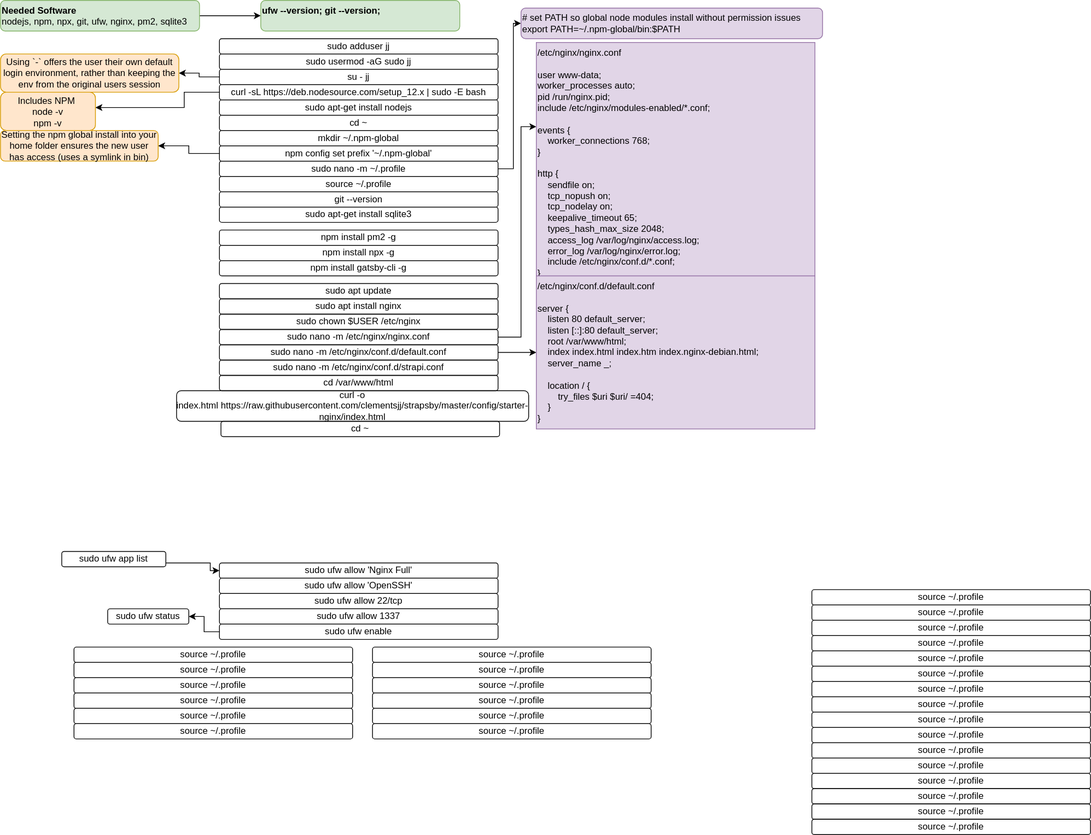
Above: svg/nginx-production.svg in clementsjj/strapsby (draw.io), before the change. Source tidied: cells renumbered, new cells last; positions are measured from the earlier drawing's top-left corner, leaving out a move shared by most shapes.
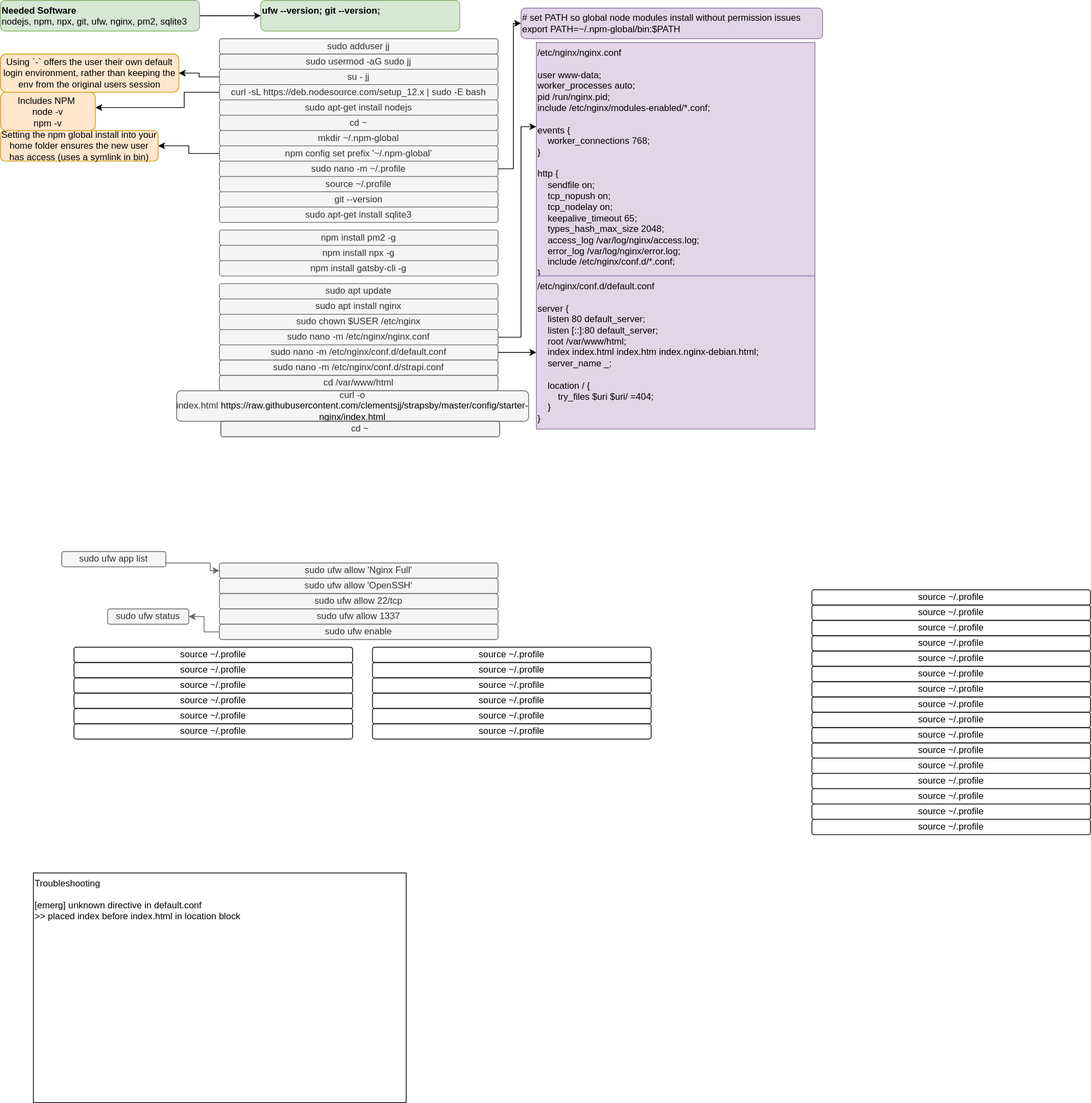
Above is the later version.

Change to the diagram source:
```diff
@@ -4,3 +4,3 @@
     <mxCell id="1" parent="0" />
-    <mxCell id="2" value="sudo adduser jj" style="text;html=1;strokeColor=#000000;fillColor=none;align=center;verticalAlign=middle;whiteSpace=wrap;rounded=1;glass=0;" parent="1" vertex="1">
+    <mxCell id="2" value="sudo adduser jj" style="text;html=1;align=center;verticalAlign=middle;whiteSpace=wrap;rounded=1;glass=0;fillColor=#f5f5f5;strokeColor=#666666;fontColor=#333333;" parent="1" vertex="1">
       <mxGeometry x="286" y="50" width="364" height="20" as="geometry" />
@@ -16,3 +16,3 @@
     </mxCell>
-    <mxCell id="6" value="sudo usermod -aG sudo jj" style="text;html=1;strokeColor=#000000;fillColor=none;align=center;verticalAlign=middle;whiteSpace=wrap;rounded=1;glass=0;" parent="1" vertex="1">
+    <mxCell id="6" value="sudo usermod -aG sudo jj" style="text;html=1;strokeColor=#666666;fillColor=#f5f5f5;align=center;verticalAlign=middle;whiteSpace=wrap;rounded=1;glass=0;fontColor=#333333;" parent="1" vertex="1">
       <mxGeometry x="286" y="70" width="364" height="20" as="geometry" />
@@ -22,3 +22,3 @@
     </mxCell>
-    <mxCell id="8" value="su - jj" style="text;html=1;strokeColor=#000000;fillColor=none;align=center;verticalAlign=middle;whiteSpace=wrap;rounded=1;glass=0;" parent="1" vertex="1">
+    <mxCell id="8" value="su - jj" style="text;html=1;strokeColor=#666666;fillColor=#f5f5f5;align=center;verticalAlign=middle;whiteSpace=wrap;rounded=1;glass=0;fontColor=#333333;" parent="1" vertex="1">
       <mxGeometry x="286" y="90" width="364" height="20" as="geometry" />
@@ -36,3 +36,3 @@
     </mxCell>
-    <mxCell id="11" value="&lt;p style=&quot;box-sizing: border-box ; margin-top: 0px ; margin-bottom: 0px ; overflow-wrap: normal ; padding: 16px ; overflow: auto ; line-height: 120% ; border-radius: 3px ; word-break: normal&quot;&gt;curl -sL https://deb.nodesource.com/setup_12.x &lt;span class=&quot;pl-k&quot; style=&quot;box-sizing: border-box&quot;&gt;|&lt;/span&gt; sudo -E bash&lt;/p&gt;" style="text;html=1;strokeColor=#000000;fillColor=none;align=center;verticalAlign=middle;whiteSpace=wrap;rounded=1;glass=0;fontFamily=Helvetica;spacingTop=2;spacingBottom=2;spacing=0;" parent="1" vertex="1">
+    <mxCell id="11" value="&lt;p style=&quot;box-sizing: border-box ; margin-top: 0px ; margin-bottom: 0px ; overflow-wrap: normal ; padding: 16px ; overflow: auto ; line-height: 120% ; border-radius: 3px ; word-break: normal&quot;&gt;curl -sL https://deb.nodesource.com/setup_12.x &lt;span class=&quot;pl-k&quot; style=&quot;box-sizing: border-box&quot;&gt;|&lt;/span&gt; sudo -E bash&lt;/p&gt;" style="text;html=1;strokeColor=#666666;fillColor=#f5f5f5;align=center;verticalAlign=middle;whiteSpace=wrap;rounded=1;glass=0;fontFamily=Helvetica;spacingTop=2;spacingBottom=2;spacing=0;fontColor=#333333;" parent="1" vertex="1">
       <mxGeometry x="286" y="110" width="364" height="20" as="geometry" />
@@ -42,9 +42,9 @@
     </mxCell>
-    <mxCell id="13" value="sudo apt-get install nodejs" style="text;html=1;strokeColor=#000000;fillColor=none;align=center;verticalAlign=middle;whiteSpace=wrap;rounded=1;glass=0;" parent="1" vertex="1">
+    <mxCell id="13" value="sudo apt-get install nodejs" style="text;html=1;strokeColor=#666666;fillColor=#f5f5f5;align=center;verticalAlign=middle;whiteSpace=wrap;rounded=1;glass=0;fontColor=#333333;" parent="1" vertex="1">
       <mxGeometry x="286" y="130" width="364" height="20" as="geometry" />
     </mxCell>
-    <mxCell id="14" value="cd ~" style="text;html=1;strokeColor=#000000;fillColor=none;align=center;verticalAlign=middle;whiteSpace=wrap;rounded=1;glass=0;" parent="1" vertex="1">
+    <mxCell id="14" value="cd ~" style="text;html=1;strokeColor=#666666;fillColor=#f5f5f5;align=center;verticalAlign=middle;whiteSpace=wrap;rounded=1;glass=0;fontColor=#333333;" parent="1" vertex="1">
       <mxGeometry x="286" y="150" width="364" height="20" as="geometry" />
     </mxCell>
-    <mxCell id="15" value="mkdir ~/.npm-global" style="text;html=1;strokeColor=#000000;fillColor=none;align=center;verticalAlign=middle;whiteSpace=wrap;rounded=1;glass=0;" parent="1" vertex="1">
+    <mxCell id="15" value="mkdir ~/.npm-global" style="text;html=1;strokeColor=#666666;fillColor=#f5f5f5;align=center;verticalAlign=middle;whiteSpace=wrap;rounded=1;glass=0;fontColor=#333333;" parent="1" vertex="1">
       <mxGeometry x="286" y="170" width="364" height="20" as="geometry" />
@@ -54,3 +54,3 @@
     </mxCell>
-    <mxCell id="17" value="npm config set prefix '~/.npm-global'" style="text;html=1;strokeColor=#000000;fillColor=none;align=center;verticalAlign=middle;whiteSpace=wrap;rounded=1;glass=0;" parent="1" vertex="1">
+    <mxCell id="17" value="npm config set prefix '~/.npm-global'" style="text;html=1;strokeColor=#666666;fillColor=#f5f5f5;align=center;verticalAlign=middle;whiteSpace=wrap;rounded=1;glass=0;fontColor=#333333;" parent="1" vertex="1">
       <mxGeometry x="286" y="190" width="364" height="20" as="geometry" />
@@ -68,3 +68,3 @@
     </mxCell>
-    <mxCell id="20" value="sudo nano -m ~/.profile" style="text;html=1;strokeColor=#000000;fillColor=none;align=center;verticalAlign=middle;whiteSpace=wrap;rounded=1;glass=0;" parent="1" vertex="1">
+    <mxCell id="20" value="sudo nano -m ~/.profile" style="text;html=1;strokeColor=#666666;fillColor=#f5f5f5;align=center;verticalAlign=middle;whiteSpace=wrap;rounded=1;glass=0;fontColor=#333333;" parent="1" vertex="1">
       <mxGeometry x="286" y="210" width="364" height="20" as="geometry" />
@@ -74,3 +74,3 @@
     </mxCell>
-    <mxCell id="22" value="source ~/.profile" style="text;html=1;strokeColor=#000000;fillColor=none;align=center;verticalAlign=middle;whiteSpace=wrap;rounded=1;glass=0;" parent="1" vertex="1">
+    <mxCell id="22" value="source ~/.profile" style="text;html=1;strokeColor=#666666;fillColor=#f5f5f5;align=center;verticalAlign=middle;whiteSpace=wrap;rounded=1;glass=0;fontColor=#333333;" parent="1" vertex="1">
       <mxGeometry x="286" y="230" width="364" height="20" as="geometry" />
@@ -80,42 +80,42 @@
     </mxCell>
-    <mxCell id="24" value="npm install pm2 -g" style="text;html=1;strokeColor=#000000;fillColor=none;align=center;verticalAlign=middle;whiteSpace=wrap;rounded=1;glass=0;" parent="1" vertex="1">
+    <mxCell id="24" value="npm install pm2 -g" style="text;html=1;strokeColor=#666666;fillColor=#f5f5f5;align=center;verticalAlign=middle;whiteSpace=wrap;rounded=1;glass=0;fontColor=#333333;" parent="1" vertex="1">
       <mxGeometry x="286" y="300" width="364" height="20" as="geometry" />
     </mxCell>
-    <mxCell id="25" value="npm install npx -g" style="text;html=1;strokeColor=#000000;fillColor=none;align=center;verticalAlign=middle;whiteSpace=wrap;rounded=1;glass=0;" parent="1" vertex="1">
+    <mxCell id="25" value="npm install npx -g" style="text;html=1;strokeColor=#666666;fillColor=#f5f5f5;align=center;verticalAlign=middle;whiteSpace=wrap;rounded=1;glass=0;fontColor=#333333;" parent="1" vertex="1">
       <mxGeometry x="286" y="320" width="364" height="20" as="geometry" />
     </mxCell>
-    <mxCell id="26" value="npm install gatsby-cli -g" style="text;html=1;strokeColor=#000000;fillColor=none;align=center;verticalAlign=middle;whiteSpace=wrap;rounded=1;glass=0;" parent="1" vertex="1">
+    <mxCell id="26" value="npm install gatsby-cli -g" style="text;html=1;strokeColor=#666666;fillColor=#f5f5f5;align=center;verticalAlign=middle;whiteSpace=wrap;rounded=1;glass=0;fontColor=#333333;" parent="1" vertex="1">
       <mxGeometry x="286" y="340" width="364" height="20" as="geometry" />
     </mxCell>
-    <mxCell id="27" value="sudo apt update" style="text;html=1;strokeColor=#000000;fillColor=none;align=center;verticalAlign=middle;whiteSpace=wrap;rounded=1;glass=0;" parent="1" vertex="1">
+    <mxCell id="27" value="sudo apt update" style="text;html=1;strokeColor=#666666;fillColor=#f5f5f5;align=center;verticalAlign=middle;whiteSpace=wrap;rounded=1;glass=0;fontColor=#333333;" parent="1" vertex="1">
       <mxGeometry x="286" y="370" width="364" height="20" as="geometry" />
     </mxCell>
-    <mxCell id="28" value="git --version" style="text;html=1;strokeColor=#000000;fillColor=none;align=center;verticalAlign=middle;whiteSpace=wrap;rounded=1;glass=0;" parent="1" vertex="1">
+    <mxCell id="28" value="git --version" style="text;html=1;strokeColor=#666666;fillColor=#f5f5f5;align=center;verticalAlign=middle;whiteSpace=wrap;rounded=1;glass=0;fontColor=#333333;" parent="1" vertex="1">
       <mxGeometry x="286" y="250" width="364" height="20" as="geometry" />
     </mxCell>
-    <mxCell id="29" value="sudo apt-get install sqlite3" style="text;html=1;strokeColor=#000000;fillColor=none;align=center;verticalAlign=middle;whiteSpace=wrap;rounded=1;glass=0;" parent="1" vertex="1">
+    <mxCell id="29" value="sudo apt-get install sqlite3" style="text;html=1;strokeColor=#666666;fillColor=#f5f5f5;align=center;verticalAlign=middle;whiteSpace=wrap;rounded=1;glass=0;fontColor=#333333;" parent="1" vertex="1">
       <mxGeometry x="286" y="270" width="364" height="20" as="geometry" />
     </mxCell>
-    <mxCell id="30" value="sudo apt install nginx" style="text;html=1;strokeColor=#000000;fillColor=none;align=center;verticalAlign=middle;whiteSpace=wrap;rounded=1;glass=0;" parent="1" vertex="1">
+    <mxCell id="30" value="sudo apt install nginx" style="text;html=1;strokeColor=#666666;fillColor=#f5f5f5;align=center;verticalAlign=middle;whiteSpace=wrap;rounded=1;glass=0;fontColor=#333333;" parent="1" vertex="1">
       <mxGeometry x="286" y="390" width="364" height="20" as="geometry" />
     </mxCell>
-    <mxCell id="31" value="sudo ufw allow 'Nginx Full'" style="text;html=1;strokeColor=#000000;fillColor=none;align=center;verticalAlign=middle;whiteSpace=wrap;rounded=1;glass=0;" parent="1" vertex="1">
+    <mxCell id="31" value="sudo ufw allow 'Nginx Full'" style="text;html=1;strokeColor=#666666;fillColor=#f5f5f5;align=center;verticalAlign=middle;whiteSpace=wrap;rounded=1;glass=0;fontColor=#333333;" parent="1" vertex="1">
       <mxGeometry x="286" y="735" width="364" height="20" as="geometry" />
     </mxCell>
-    <mxCell id="32" style="edgeStyle=orthogonalEdgeStyle;rounded=0;jettySize=auto;html=1;fontFamily=Helvetica;exitX=0;exitY=0.5;exitDx=0;exitDy=0;entryX=1;entryY=0.5;entryDx=0;entryDy=0;" parent="1" edge="1" source="37" target="34">
+    <mxCell id="32" style="edgeStyle=orthogonalEdgeStyle;rounded=0;jettySize=auto;html=1;fontFamily=Helvetica;exitX=0;exitY=0.5;exitDx=0;exitDy=0;entryX=1;entryY=0.5;entryDx=0;entryDy=0;fillColor=#f5f5f5;strokeColor=#666666;" parent="1" edge="1" source="37" target="34">
       <mxGeometry relative="1" as="geometry" />
     </mxCell>
-    <mxCell id="33" value="sudo ufw allow 'OpenSSH'" style="text;html=1;strokeColor=#000000;fillColor=none;align=center;verticalAlign=middle;whiteSpace=wrap;rounded=1;glass=0;" parent="1" vertex="1">
+    <mxCell id="33" value="sudo ufw allow 'OpenSSH'" style="text;html=1;strokeColor=#666666;fillColor=#f5f5f5;align=center;verticalAlign=middle;whiteSpace=wrap;rounded=1;glass=0;fontColor=#333333;" parent="1" vertex="1">
       <mxGeometry x="286" y="755" width="364" height="20" as="geometry" />
     </mxCell>
-    <mxCell id="34" value="sudo ufw status" style="text;html=1;strokeColor=#000000;fillColor=none;align=center;verticalAlign=middle;whiteSpace=wrap;rounded=1;glass=0;" parent="1" vertex="1">
+    <mxCell id="34" value="sudo ufw status" style="text;html=1;strokeColor=#666666;fillColor=#f5f5f5;align=center;verticalAlign=middle;whiteSpace=wrap;rounded=1;glass=0;fontColor=#333333;" parent="1" vertex="1">
       <mxGeometry x="140" y="795" width="106" height="20" as="geometry" />
     </mxCell>
-    <mxCell id="35" value="sudo ufw allow 22/tcp" style="text;html=1;strokeColor=#000000;fillColor=none;align=center;verticalAlign=middle;whiteSpace=wrap;rounded=1;glass=0;" parent="1" vertex="1">
+    <mxCell id="35" value="sudo ufw allow 22/tcp" style="text;html=1;strokeColor=#666666;fillColor=#f5f5f5;align=center;verticalAlign=middle;whiteSpace=wrap;rounded=1;glass=0;fontColor=#333333;" parent="1" vertex="1">
       <mxGeometry x="286" y="775" width="364" height="20" as="geometry" />
     </mxCell>
-    <mxCell id="36" value="sudo ufw allow 1337" style="text;html=1;strokeColor=#000000;fillColor=none;align=center;verticalAlign=middle;whiteSpace=wrap;rounded=1;glass=0;" parent="1" vertex="1">
+    <mxCell id="36" value="sudo ufw allow 1337" style="text;html=1;strokeColor=#666666;fillColor=#f5f5f5;align=center;verticalAlign=middle;whiteSpace=wrap;rounded=1;glass=0;fontColor=#333333;" parent="1" vertex="1">
       <mxGeometry x="286" y="795" width="364" height="20" as="geometry" />
     </mxCell>
-    <mxCell id="37" value="sudo ufw enable" style="text;html=1;strokeColor=#000000;fillColor=none;align=center;verticalAlign=middle;whiteSpace=wrap;rounded=1;glass=0;" parent="1" vertex="1">
+    <mxCell id="37" value="sudo ufw enable" style="text;html=1;strokeColor=#666666;fillColor=#f5f5f5;align=center;verticalAlign=middle;whiteSpace=wrap;rounded=1;glass=0;fontColor=#333333;" parent="1" vertex="1">
       <mxGeometry x="286" y="815" width="364" height="20" as="geometry" />
@@ -188,3 +188,3 @@
     </mxCell>
-    <mxCell id="60" style="edgeStyle=orthogonalEdgeStyle;rounded=0;jettySize=auto;html=1;fontFamily=Helvetica;exitX=1;exitY=0.5;exitDx=0;exitDy=0;entryX=0;entryY=0.5;entryDx=0;entryDy=0;" parent="1" edge="1" source="61" target="31">
+    <mxCell id="60" style="edgeStyle=orthogonalEdgeStyle;rounded=0;jettySize=auto;html=1;fontFamily=Helvetica;exitX=1;exitY=0.5;exitDx=0;exitDy=0;entryX=0;entryY=0.5;entryDx=0;entryDy=0;fillColor=#f5f5f5;strokeColor=#666666;" parent="1" edge="1" source="61" target="31">
       <mxGeometry relative="1" as="geometry">
@@ -197,3 +197,3 @@
     </mxCell>
-    <mxCell id="61" value="sudo ufw app list" style="rounded=1;whiteSpace=wrap;html=1;glass=0;strokeColor=#000000;fontFamily=Helvetica;align=center;" parent="1" vertex="1">
+    <mxCell id="61" value="sudo ufw app list" style="rounded=1;whiteSpace=wrap;html=1;glass=0;strokeColor=#666666;fontFamily=Helvetica;align=center;fillColor=#f5f5f5;fontColor=#333333;" parent="1" vertex="1">
       <mxGeometry x="80" y="720" width="136" height="20" as="geometry" />
@@ -218,3 +218,3 @@
     </mxCell>
-    <mxCell id="68" value="sudo chown $USER /etc/nginx" style="text;html=1;strokeColor=#000000;fillColor=none;align=center;verticalAlign=middle;whiteSpace=wrap;rounded=1;glass=0;" parent="1" vertex="1">
+    <mxCell id="68" value="sudo chown $USER /etc/nginx" style="text;html=1;strokeColor=#666666;fillColor=#f5f5f5;align=center;verticalAlign=middle;whiteSpace=wrap;rounded=1;glass=0;fontColor=#333333;" parent="1" vertex="1">
       <mxGeometry x="286" y="410" width="364" height="20" as="geometry" />
@@ -230,3 +230,3 @@
     </mxCell>
-    <mxCell id="70" value="sudo nano -m /etc/nginx/nginx.conf" style="text;html=1;strokeColor=#000000;fillColor=none;align=center;verticalAlign=middle;whiteSpace=wrap;rounded=1;glass=0;" parent="1" vertex="1">
+    <mxCell id="70" value="sudo nano -m /etc/nginx/nginx.conf" style="text;html=1;strokeColor=#666666;fillColor=#f5f5f5;align=center;verticalAlign=middle;whiteSpace=wrap;rounded=1;glass=0;fontColor=#333333;" parent="1" vertex="1">
       <mxGeometry x="286" y="430" width="364" height="20" as="geometry" />
@@ -239,3 +239,3 @@
     </mxCell>
-    <mxCell id="73" value="sudo nano -m /etc/nginx/conf.d/default.conf" style="text;html=1;strokeColor=#000000;fillColor=none;align=center;verticalAlign=middle;whiteSpace=wrap;rounded=1;glass=0;" parent="1" vertex="1">
+    <mxCell id="73" value="sudo nano -m /etc/nginx/conf.d/default.conf" style="text;html=1;strokeColor=#666666;fillColor=#f5f5f5;align=center;verticalAlign=middle;whiteSpace=wrap;rounded=1;glass=0;fontColor=#333333;" parent="1" vertex="1">
       <mxGeometry x="286" y="450" width="364" height="20" as="geometry" />
@@ -245,9 +245,9 @@
     </mxCell>
-    <mxCell id="75" value="sudo nano -m /etc/nginx/conf.d/strapi.conf" style="text;html=1;strokeColor=#000000;fillColor=none;align=center;verticalAlign=middle;whiteSpace=wrap;rounded=1;glass=0;" parent="1" vertex="1">
+    <mxCell id="75" value="sudo nano -m /etc/nginx/conf.d/strapi.conf" style="text;html=1;strokeColor=#666666;fillColor=#f5f5f5;align=center;verticalAlign=middle;whiteSpace=wrap;rounded=1;glass=0;fontColor=#333333;" parent="1" vertex="1">
       <mxGeometry x="286" y="470" width="364" height="20" as="geometry" />
     </mxCell>
-    <mxCell id="76" value="cd /var/www/html" style="text;html=1;strokeColor=#000000;fillColor=none;align=center;verticalAlign=middle;whiteSpace=wrap;rounded=1;glass=0;" parent="1" vertex="1">
+    <mxCell id="76" value="cd /var/www/html" style="text;html=1;strokeColor=#666666;fillColor=#f5f5f5;align=center;verticalAlign=middle;whiteSpace=wrap;rounded=1;glass=0;fontColor=#333333;" parent="1" vertex="1">
       <mxGeometry x="286" y="490" width="364" height="20" as="geometry" />
     </mxCell>
-    <mxCell id="77" value="curl -o index.html&amp;nbsp;&lt;a href=&quot;https://raw.githubusercontent.com/clementsjj/strapsby/master/config/starter-nginx/index.html&quot;&gt;&lt;font color=&quot;#000000&quot;&gt;https://raw.githubusercontent.com/clementsjj/strapsby/master/config/starter-nginx/index.html&lt;/font&gt;&lt;/a&gt;" style="text;html=1;strokeColor=#000000;fillColor=none;align=center;verticalAlign=middle;whiteSpace=wrap;rounded=1;glass=0;" parent="1" vertex="1">
+    <mxCell id="77" value="curl -o index.html&amp;nbsp;&lt;a href=&quot;https://raw.githubusercontent.com/clementsjj/strapsby/master/config/starter-nginx/index.html&quot;&gt;&lt;font color=&quot;#000000&quot;&gt;https://raw.githubusercontent.com/clementsjj/strapsby/master/config/starter-nginx/index.html&lt;/font&gt;&lt;/a&gt;" style="text;html=1;strokeColor=#666666;fillColor=#f5f5f5;align=center;verticalAlign=middle;whiteSpace=wrap;rounded=1;glass=0;fontColor=#333333;" parent="1" vertex="1">
       <mxGeometry x="230" y="510" width="460" height="40" as="geometry" />
@@ -257,2 +257,8 @@
     </mxCell>
+    <mxCell id="79" value="Troubleshooting&lt;br&gt;&lt;br&gt;[emerg] unknown directive in default.conf&lt;br&gt;&amp;gt;&amp;gt; placed index before index.html in location block" style="rounded=0;whiteSpace=wrap;html=1;glass=0;strokeColor=#000000;fontFamily=Helvetica;align=left;verticalAlign=top;" parent="1" vertex="1">
+      <mxGeometry x="43" y="1140" width="487" height="300" as="geometry" />
+    </mxCell>
+    <mxCell id="80" value="cd ~" style="text;html=1;strokeColor=#666666;fillColor=#f5f5f5;align=center;verticalAlign=middle;whiteSpace=wrap;rounded=1;glass=0;fontColor=#333333;" parent="1" vertex="1">
+      <mxGeometry x="288" y="550" width="364" height="20" as="geometry" />
+    </mxCell>
   </root>
```
